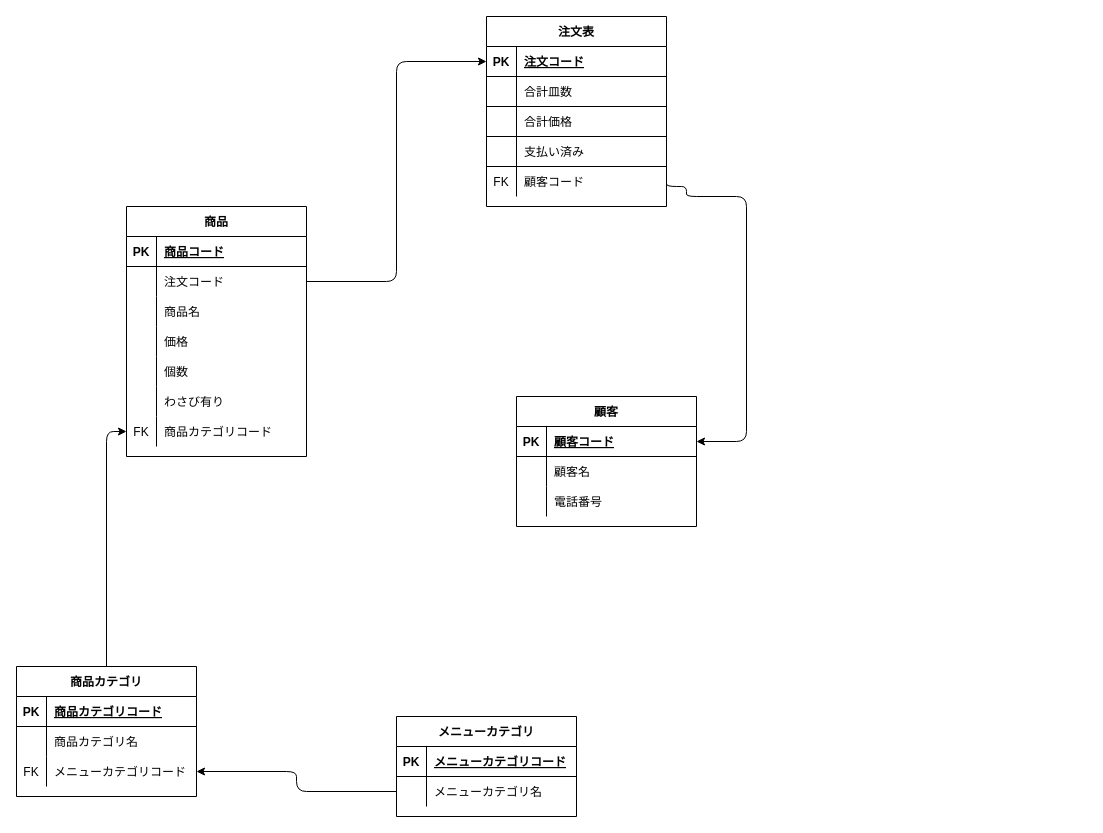
The draw.io diagram データベース設計/DBモデリング１/課題1/課題1..drawio in Yuji5117/praha_challenge, before the edit. Source tidied: cells renumbered, new cells numbered last; positions are measured from the earlier drawing's top-left corner, leaving out a move shared by most shapes. Both pictures are drawn from the tidied source at 100%, with x=0, y=0 at pixel (16, 16).
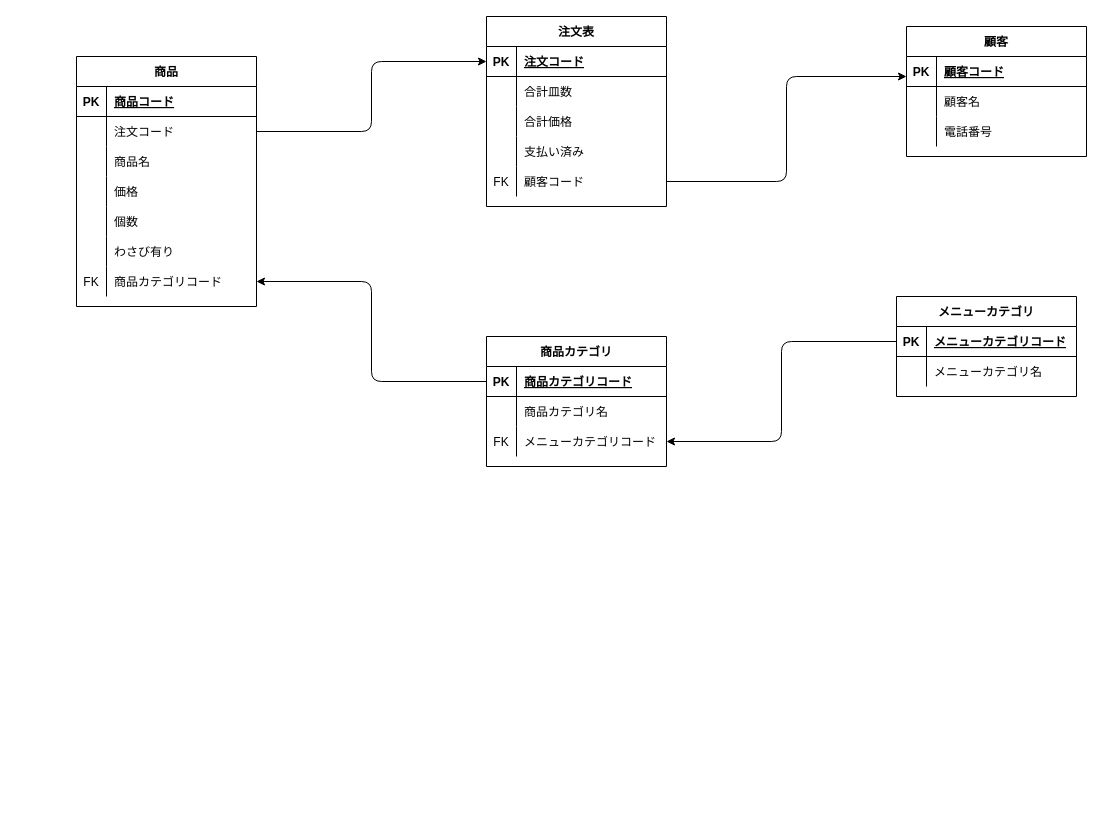
The same page after the edit.

Commit message (it also covers changes not shown here):
課題1のER図修正

The change refers to these unchanged cells:
```xml
<mxCell id="15" style="shape=partialRectangle;fillColor=none;top=0;left=0;bottom=0;right=0;points=[[0,0.5],[1,0.5]];portConstraint=eastwest;" parent="2" vertex="1">
  <mxGeometry y="150" width="180" height="30" as="geometry" />
</mxCell>
<mxCell id="37" style="shape=partialRectangle;fillColor=none;top=0;left=0;bottom=0;right=0;points=[[0,0.5],[1,0.5]];portConstraint=eastwest;" parent="18" vertex="1">
  <mxGeometry y="210" width="180" height="30" as="geometry" />
</mxCell>
<mxCell id="42" style="shape=partialRectangle;fillColor=none;top=0;left=0;bottom=1;right=0;points=[[0,0.5],[1,0.5]];portConstraint=eastwest;" parent="41" vertex="1">
  <mxGeometry y="30" width="180" height="30" as="geometry" />
</mxCell>
<mxCell id="48" style="shape=partialRectangle;fillColor=none;top=0;left=0;bottom=0;right=0;points=[[0,0.5],[1,0.5]];portConstraint=eastwest;" parent="41" vertex="1">
  <mxGeometry y="90" width="180" height="30" as="geometry" />
</mxCell>
<mxCell id="52" style="shape=partialRectangle;fillColor=none;top=0;left=0;bottom=1;right=0;points=[[0,0.5],[1,0.5]];portConstraint=eastwest;" parent="51" vertex="1">
  <mxGeometry y="30" width="180" height="30" as="geometry" />
</mxCell>
<mxCell id="55" style="shape=partialRectangle;fillColor=none;top=0;left=0;bottom=0;right=0;points=[[0,0.5],[1,0.5]];portConstraint=eastwest;" parent="51" vertex="1">
  <mxGeometry y="60" width="180" height="30" as="geometry" />
</mxCell>
<mxCell id="61" style="shape=partialRectangle;fillColor=none;top=0;left=0;bottom=1;right=0;points=[[0,0.5],[1,0.5]];portConstraint=eastwest;" parent="60" vertex="1">
  <mxGeometry y="30" width="180" height="30" as="geometry" />
</mxCell>
```

Diff of the diagram source:
```diff
@@
-    <mxCell id="2" value="注文表" style="shape=table;startSize=30;childLayout=tableLayout;rowLines=1;fontStyle=1;align=center;" parent="1" vertex="1">
+    <mxCell id="2" value="注文表" style="shape=table;startSize=30;childLayout=tableLayout;rowLines=0;fontStyle=1;align=center;" parent="1" vertex="1">
       <mxGeometry x="470" width="180" height="190" as="geometry" />
     </mxCell>
@@
     <mxCell id="18" value="商品" style="shape=table;startSize=30;childLayout=tableLayout;rowLines=0;fontStyle=1;align=center;" parent="1" vertex="1">
-      <mxGeometry x="110" y="190" width="180" height="250" as="geometry" />
+      <mxGeometry x="60" y="40" width="180" height="250" as="geometry" />
     </mxCell>
@@
-    <mxCell id="40" style="edgeStyle=orthogonalEdgeStyle;html=1;exitX=0.5;exitY=0;exitDx=0;exitDy=0;entryX=0;entryY=0.5;entryDx=0;entryDy=0;" parent="1" edge="1" source="41" target="37">
-      <mxGeometry relative="1" as="geometry" />
-    </mxCell>
     <mxCell id="41" value="商品カテゴリ" style="shape=table;startSize=30;childLayout=tableLayout;rowLines=0;fontStyle=1;align=center;" parent="1" vertex="1">
-      <mxGeometry y="650" width="180" height="130" as="geometry" />
+      <mxGeometry x="470" y="320" width="180" height="130" as="geometry" />
     </mxCell>
@@
     <mxCell id="51" value="メニューカテゴリ" style="shape=table;startSize=30;childLayout=tableLayout;rowLines=0;fontStyle=1;align=center;" parent="1" vertex="1">
-      <mxGeometry x="380" y="700" width="180" height="100" as="geometry" />
+      <mxGeometry x="880" y="280" width="180" height="100" as="geometry" />
     </mxCell>
@@
-    <mxCell id="58" style="edgeStyle=orthogonalEdgeStyle;html=1;exitX=0;exitY=0.5;exitDx=0;exitDy=0;entryX=1;entryY=0.5;entryDx=0;entryDy=0;" parent="1" edge="1" source="55" target="48">
+    <mxCell id="58" style="edgeStyle=orthogonalEdgeStyle;html=1;exitX=0;exitY=0.5;exitDx=0;exitDy=0;entryX=1;entryY=0.5;entryDx=0;entryDy=0;" parent="1" edge="1" source="52" target="48">
       <mxGeometry relative="1" as="geometry" />
     </mxCell>
@@
     <mxCell id="60" value="顧客" style="shape=table;startSize=30;childLayout=tableLayout;rowLines=0;fontStyle=1;align=center;" parent="1" vertex="1">
-      <mxGeometry x="500" y="380" width="180" height="130" as="geometry" />
+      <mxGeometry x="890" y="10" width="180" height="130" as="geometry" />
     </mxCell>
@@
-    <mxCell id="70" style="edgeStyle=orthogonalEdgeStyle;html=1;exitX=1;exitY=0.5;exitDx=0;exitDy=0;entryX=1;entryY=0.5;entryDx=0;entryDy=0;" parent="1" edge="1" source="15" target="61">
-      <mxGeometry relative="1" as="geometry">
-        <Array as="points">
-          <mxPoint x="650" y="170" />
-          <mxPoint x="670" y="170" />
-          <mxPoint x="670" y="180" />
-          <mxPoint x="730" y="180" />
-          <mxPoint x="730" y="425" />
-        </Array>
-      </mxGeometry>
-    </mxCell>
+    <mxCell id="71" style="edgeStyle=elbowEdgeStyle;html=1;exitX=1;exitY=0.5;exitDx=0;exitDy=0;" parent="1" edge="1" source="15">
+      <mxGeometry relative="1" as="geometry">
+        <mxPoint x="890" y="60" as="targetPoint" />
+      </mxGeometry>
+    </mxCell>
+    <mxCell id="72" style="edgeStyle=elbowEdgeStyle;html=1;exitX=0;exitY=0.5;exitDx=0;exitDy=0;entryX=1;entryY=0.5;entryDx=0;entryDy=0;" parent="1" edge="1" source="42" target="37">
+      <mxGeometry relative="1" as="geometry" />
+    </mxCell>
```
